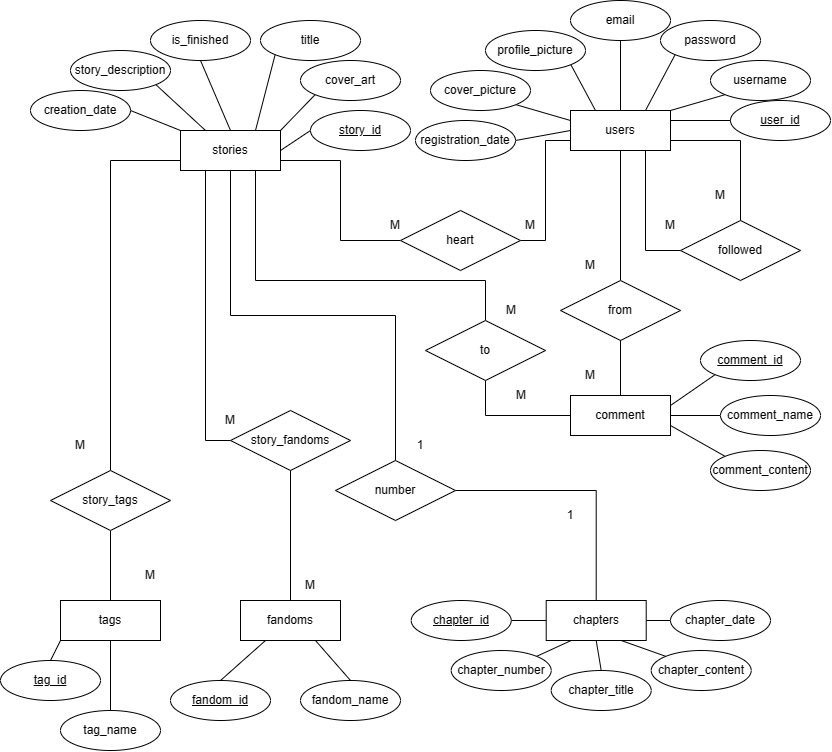
Above: ER Diagram.png in SistemBasisData2023/fanhive (draw.io), before the change. Source tidied: cells renumbered, new cells last; positions are measured from the earlier drawing's top-left corner, leaving out a move shared by most shapes.
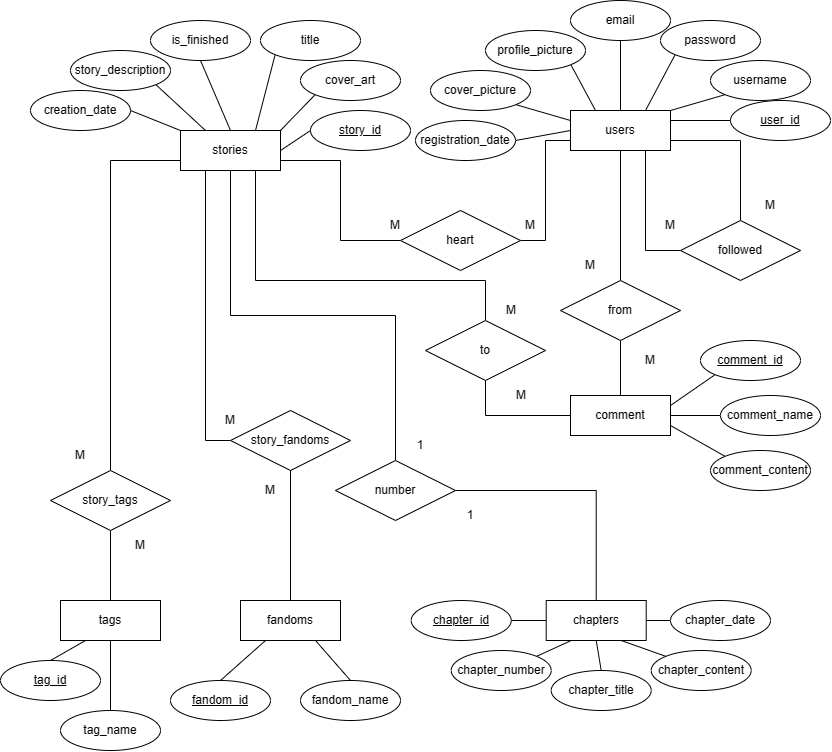
The same file after the commit.

What changed in the source:
```diff
@@ -175,7 +175,7 @@
     <mxCell id="58" value="fandoms" style="whiteSpace=wrap;html=1;align=center;" parent="1" vertex="1">
       <mxGeometry x="240" y="600" width="100" height="40" as="geometry" />
     </mxCell>
-    <mxCell id="59" style="rounded=0;jettySize=auto;html=1;exitX=0;exitY=1;exitDx=0;exitDy=0;entryX=0.5;entryY=0;entryDx=0;entryDy=0;endArrow=none;endFill=0;" parent="1" edge="1" source="61" target="2">
+    <mxCell id="59" style="rounded=0;jettySize=auto;html=1;exitX=0.25;exitY=1;exitDx=0;exitDy=0;entryX=0.5;entryY=0;entryDx=0;entryDy=0;endArrow=none;endFill=0;" parent="1" edge="1" source="61" target="2">
       <mxGeometry relative="1" as="geometry" />
     </mxCell>
     <mxCell id="60" style="rounded=0;jettySize=auto;html=1;exitX=0.5;exitY=1;exitDx=0;exitDy=0;entryX=0.5;entryY=0;entryDx=0;entryDy=0;endArrow=none;endFill=0;" parent="1" edge="1" source="61" target="62">
@@ -222,7 +222,7 @@
       <mxGeometry x="230" y="410" width="120" height="60" as="geometry" />
     </mxCell>
     <mxCell id="73" value="M" style="text;html=1;strokeColor=none;fillColor=none;align=center;verticalAlign=middle;whiteSpace=wrap;rounded=0;" parent="1" vertex="1">
-      <mxGeometry x="280" y="570" width="60" height="30" as="geometry" />
+      <mxGeometry x="240" y="475" width="60" height="30" as="geometry" />
     </mxCell>
     <mxCell id="74" value="M" style="text;html=1;strokeColor=none;fillColor=none;align=center;verticalAlign=middle;whiteSpace=wrap;rounded=0;" parent="1" vertex="1">
       <mxGeometry x="480.7" y="295" width="60" height="30" as="geometry" />
@@ -231,7 +231,7 @@
       <mxGeometry x="640" y="210" width="60" height="30" as="geometry" />
     </mxCell>
     <mxCell id="76" value="M" style="text;html=1;strokeColor=none;fillColor=none;align=center;verticalAlign=middle;whiteSpace=wrap;rounded=0;" parent="1" vertex="1">
-      <mxGeometry x="690" y="180" width="60" height="30" as="geometry" />
+      <mxGeometry x="740" y="190" width="60" height="30" as="geometry" />
     </mxCell>
     <mxCell id="77" style="edgeStyle=orthogonalEdgeStyle;rounded=0;jettySize=auto;html=1;exitX=0.5;exitY=1;exitDx=0;exitDy=0;entryX=0.5;entryY=0;entryDx=0;entryDy=0;endArrow=none;endFill=0;" parent="1" edge="1" source="78" target="61">
       <mxGeometry relative="1" as="geometry" />
@@ -240,10 +240,10 @@
       <mxGeometry x="50" y="470" width="120" height="60" as="geometry" />
     </mxCell>
     <mxCell id="79" value="M" style="text;html=1;strokeColor=none;fillColor=none;align=center;verticalAlign=middle;whiteSpace=wrap;rounded=0;" parent="1" vertex="1">
-      <mxGeometry x="120" y="560" width="60" height="30" as="geometry" />
+      <mxGeometry x="110" y="530" width="60" height="30" as="geometry" />
     </mxCell>
     <mxCell id="80" value="M" style="text;html=1;strokeColor=none;fillColor=none;align=center;verticalAlign=middle;whiteSpace=wrap;rounded=0;" parent="1" vertex="1">
-      <mxGeometry x="50" y="430" width="60" height="30" as="geometry" />
+      <mxGeometry x="50" y="440" width="60" height="30" as="geometry" />
     </mxCell>
     <mxCell id="81" value="M" style="text;html=1;strokeColor=none;fillColor=none;align=center;verticalAlign=middle;whiteSpace=wrap;rounded=0;" parent="1" vertex="1">
       <mxGeometry x="200" y="405" width="60" height="30" as="geometry" />
@@ -269,7 +269,7 @@
       <mxGeometry x="560" y="250" width="60" height="30" as="geometry" />
     </mxCell>
     <mxCell id="87" value="M" style="text;html=1;strokeColor=none;fillColor=none;align=center;verticalAlign=middle;whiteSpace=wrap;rounded=0;" parent="1" vertex="1">
-      <mxGeometry x="560" y="360" width="60" height="30" as="geometry" />
+      <mxGeometry x="620" y="345" width="60" height="30" as="geometry" />
     </mxCell>
     <mxCell id="88" value="M" style="text;html=1;strokeColor=none;fillColor=none;align=center;verticalAlign=middle;whiteSpace=wrap;rounded=0;" parent="1" vertex="1">
       <mxGeometry x="490.7" y="380" width="60" height="30" as="geometry" />
@@ -284,7 +284,7 @@
       <mxGeometry x="390" y="430" width="60" height="30" as="geometry" />
     </mxCell>
     <mxCell id="92" value="1" style="text;html=1;strokeColor=none;fillColor=none;align=center;verticalAlign=middle;whiteSpace=wrap;rounded=0;" parent="1" vertex="1">
-      <mxGeometry x="540" y="500" width="60" height="30" as="geometry" />
+      <mxGeometry x="440" y="500" width="60" height="30" as="geometry" />
     </mxCell>
     <mxCell id="93" style="edgeStyle=orthogonalEdgeStyle;rounded=0;orthogonalLoop=1;jettySize=auto;html=1;exitX=0.5;exitY=1;exitDx=0;exitDy=0;" parent="1" edge="1" source="3" target="3">
       <mxGeometry relative="1" as="geometry" />
```
